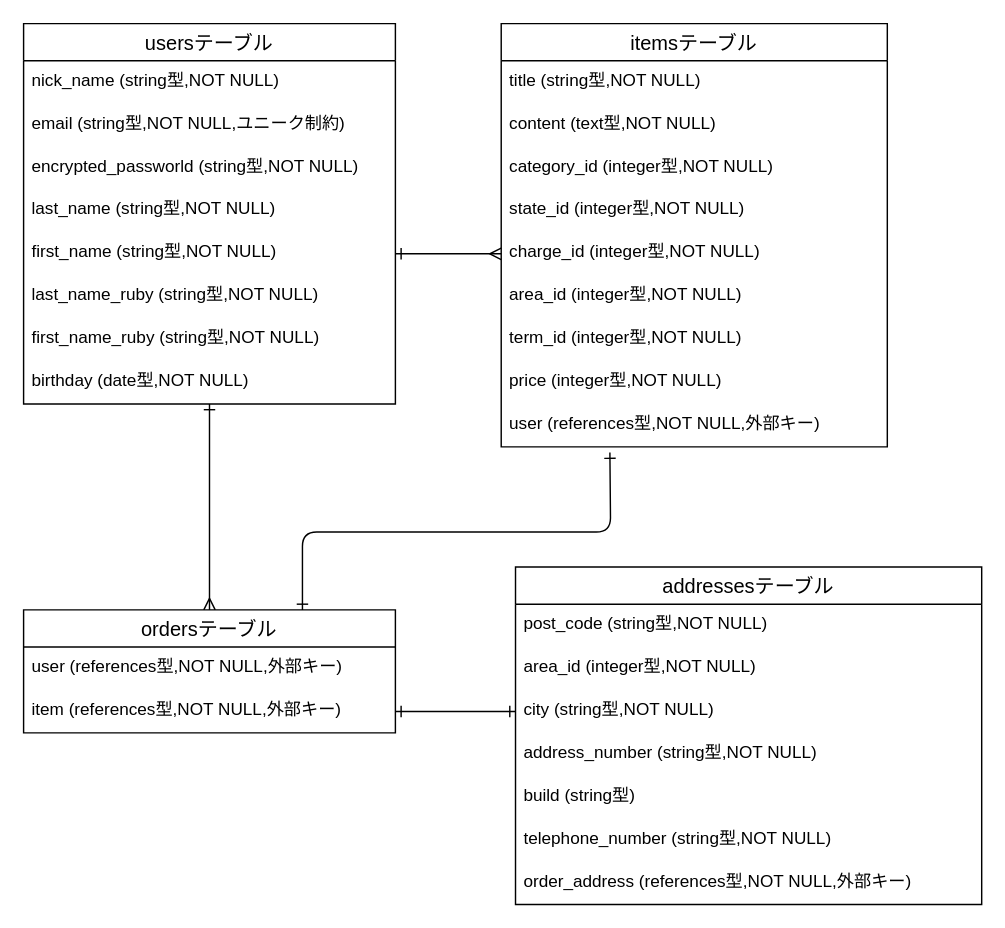
Above: er.dio in harukakak/furima-37403 (draw.io), before the change. Source tidied: cells renumbered, new cells numbered last; positions are measured from the earlier drawing's top-left corner, leaving out a move shared by most shapes. Both pictures are drawn from the tidied source at 143%, with x=0, y=0 at pixel (23, 23).
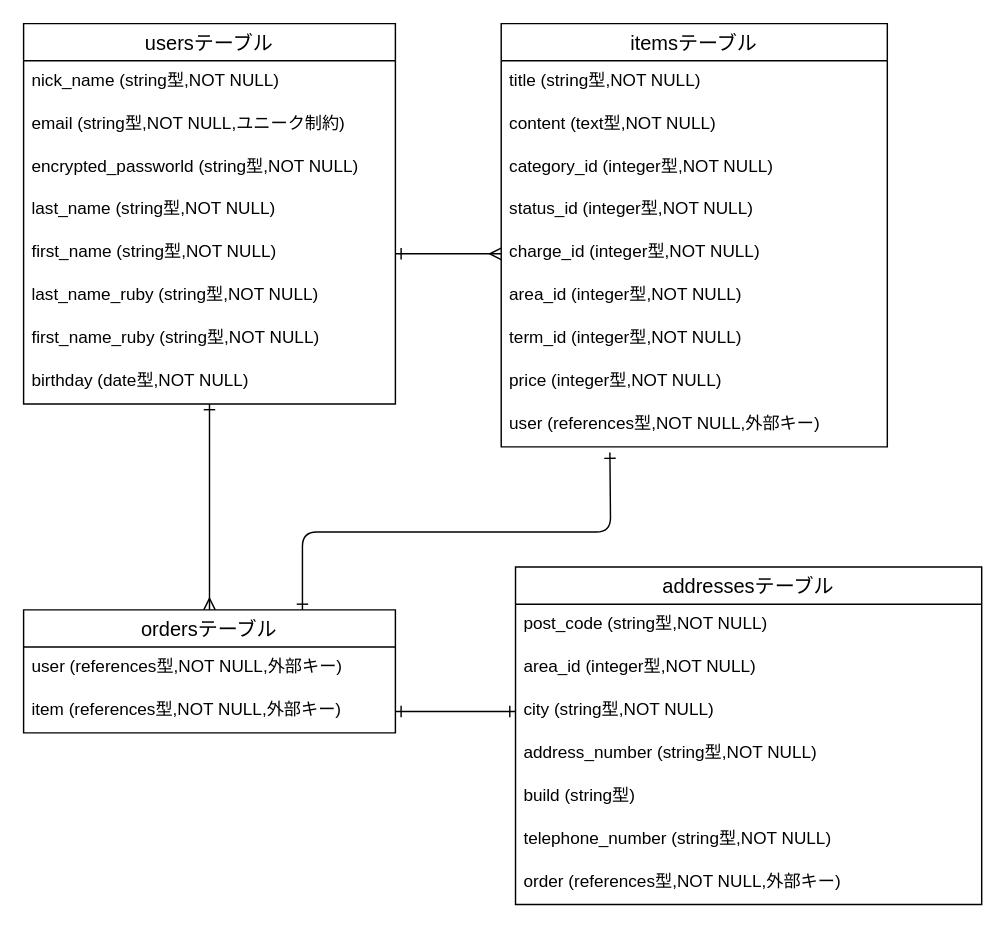
Above is the later version.

Unchanged cells that the change refers to:
```xml
<mxCell id="12" value="itemsテーブル" style="swimlane;fontStyle=0;horizontal=1;startSize=26;align=center;fontSize=14;" parent="1" vertex="1">
  <mxGeometry x="334" width="270" height="296" as="geometry" />
</mxCell>
<mxCell id="26" value="addressesテーブル" style="swimlane;fontStyle=0;horizontal=1;startSize=26;align=center;fontSize=14;" parent="1" vertex="1">
  <mxGeometry x="344" y="380" width="326" height="236" as="geometry" />
</mxCell>
```

Change to the diagram source:
```diff
@@
-    <mxCell id="16" value="state_id (integer型,NOT NULL)" style="text;strokeColor=none;fillColor=none;spacingLeft=4;spacingRight=4;overflow=hidden;fontSize=12;" parent="12" vertex="1">
+    <mxCell id="16" value="status_id (integer型,NOT NULL)" style="text;strokeColor=none;fillColor=none;spacingLeft=4;spacingRight=4;overflow=hidden;fontSize=12;" parent="12" vertex="1">
       <mxGeometry y="116" width="270" height="30" as="geometry" />
     </mxCell>
@@
-    <mxCell id="33" value="order_address (references型,NOT NULL,外部キー)" style="text;strokeColor=none;fillColor=none;spacingLeft=4;spacingRight=4;overflow=hidden;fontSize=12;" parent="26" vertex="1">
+    <mxCell id="33" value="order (references型,NOT NULL,外部キー)" style="text;strokeColor=none;fillColor=none;spacingLeft=4;spacingRight=4;overflow=hidden;fontSize=12;" parent="26" vertex="1">
       <mxGeometry y="206" width="326" height="30" as="geometry" />
     </mxCell>
```
